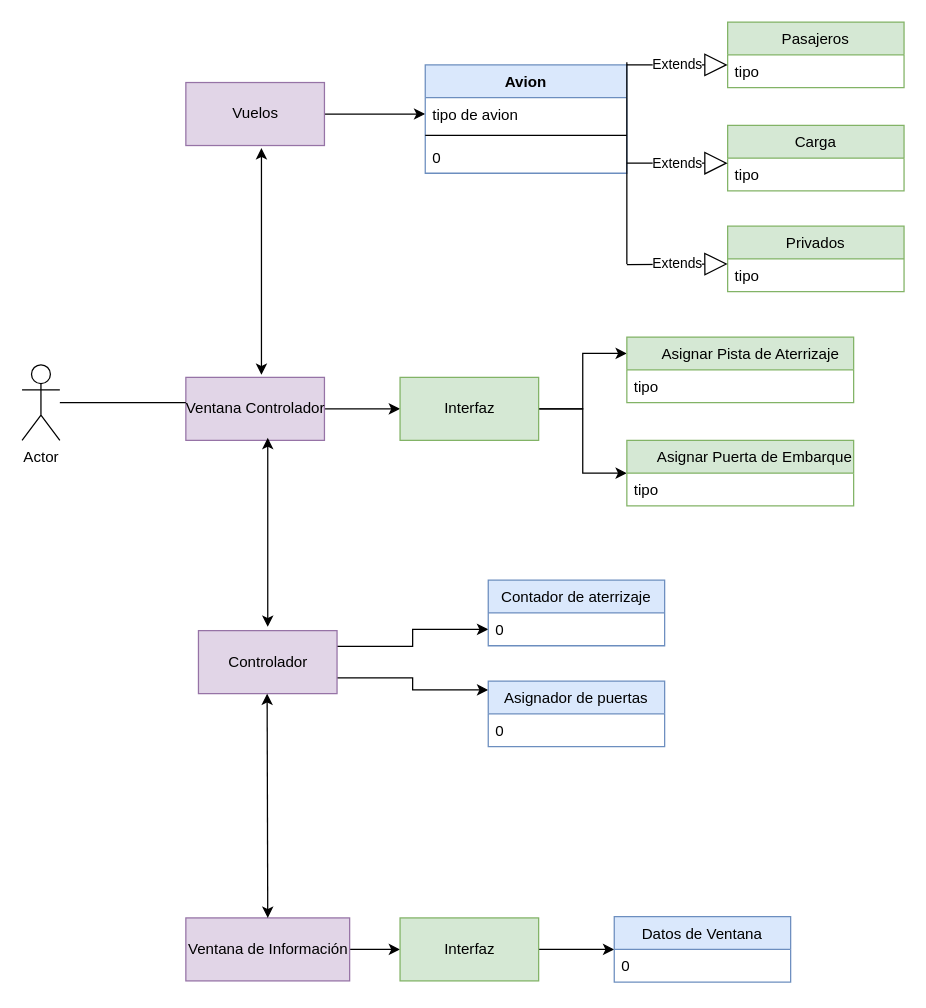
Before: Diagrama proyecto 2.drawio in CarlosArango33/Proyecto2_POO, a draw.io diagram. Source tidied: cells renumbered, new cells numbered last; positions are measured from the earlier drawing's top-left corner, leaving out a move shared by most shapes. Both pictures are drawn from the tidied source at 126%, with x=0, y=0 at pixel (21, 21).
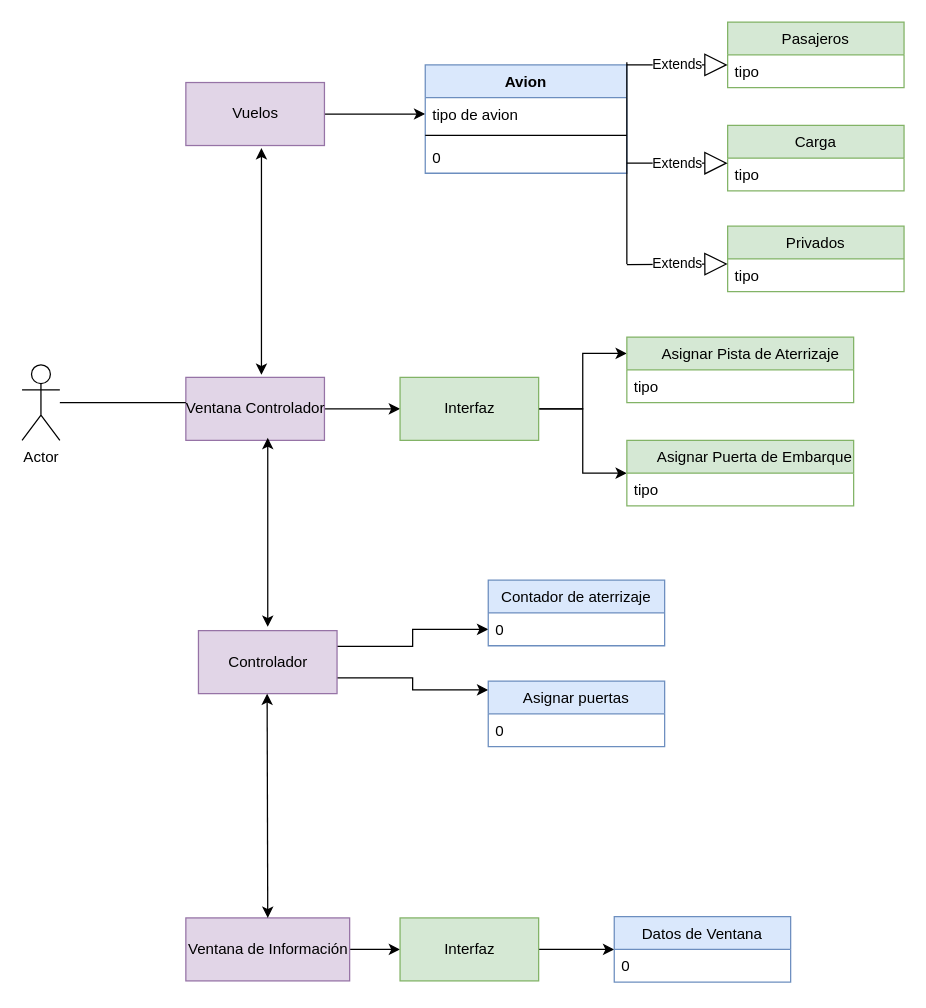
The same page after the edit.

Change to the diagram source:
```diff
@@
-    <mxCell id="28" value="Asignador de puertas" style="swimlane;fontStyle=0;horizontal=1;startSize=26;fillColor=#dae8fc;strokeColor=#6c8ebf;" parent="1" vertex="1">
+    <mxCell id="28" value="Asignar puertas" style="swimlane;fontStyle=0;horizontal=1;startSize=26;fillColor=#dae8fc;strokeColor=#6c8ebf;" parent="1" vertex="1">
       <mxGeometry x="370" y="523" width="140" height="52" as="geometry" />
     </mxCell>
```
